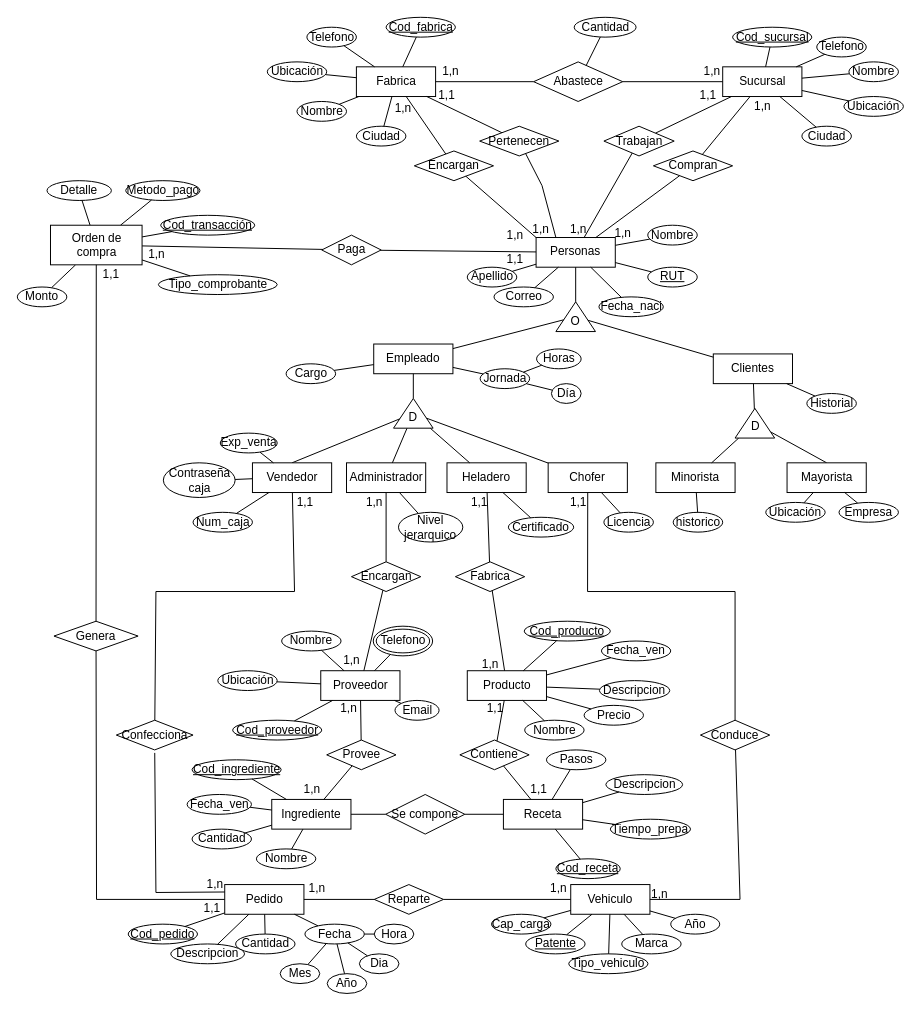
This is NUEVO PROYECTO BASE DE DATOS/MODELO MERE NUEVO 4.0.drawio from bennnnja/BASE_DE_DATOS, a draw.io file, before an edit. Source tidied: cells renumbered, new cells numbered last; positions are measured from the earlier drawing's top-left corner, leaving out a move shared by most shapes. Both pictures are drawn from the tidied source at 99%, with x=0, y=0 at pixel (17, 17).
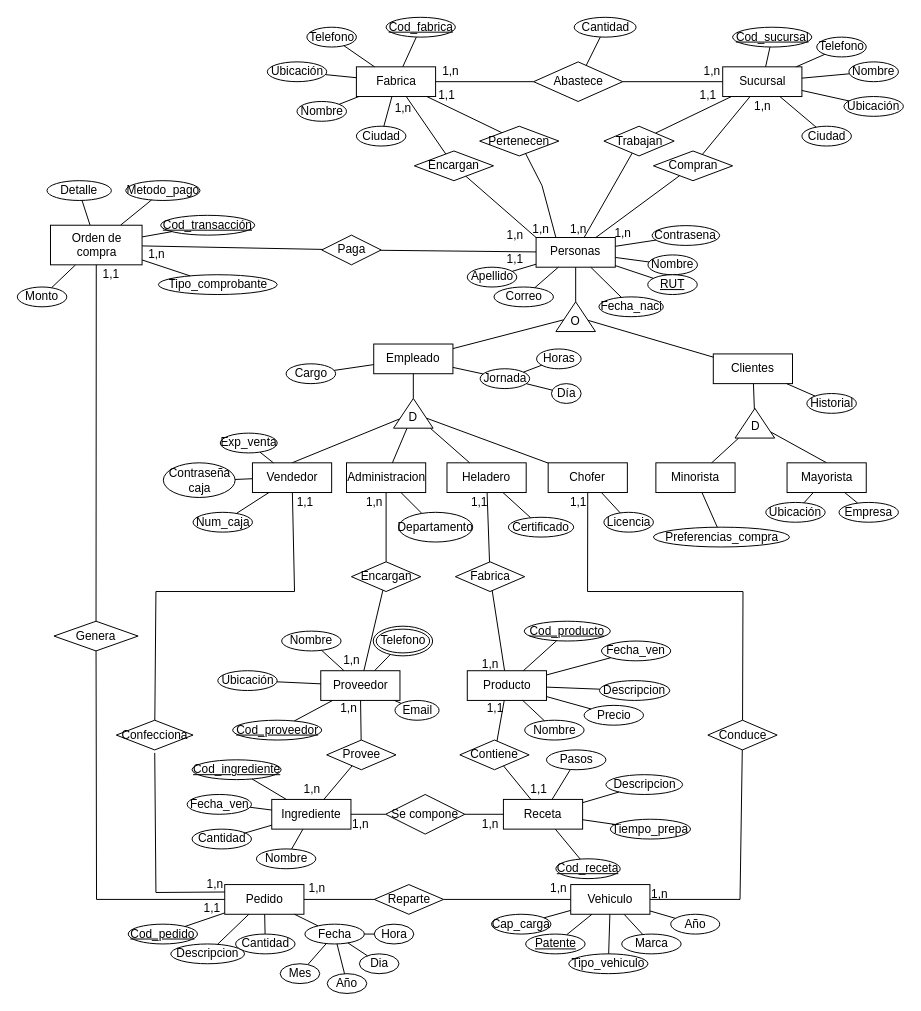
The same page after the edit.

Unchanged cells that the change refers to:
```xml
<mxCell id="12" value="Personas" style="whiteSpace=wrap;html=1;align=center;" parent="1" vertex="1">
  <mxGeometry x="524" y="222.4" width="80" height="30" as="geometry" />
</mxCell>
<mxCell id="21" value="Chofer" style="whiteSpace=wrap;html=1;align=center;" parent="1" vertex="1">
  <mxGeometry x="536.2" y="450" width="80" height="30" as="geometry" />
</mxCell>
```

Change to the diagram source:
```diff
@@
-    <mxCell id="19" value="Administrador" style="whiteSpace=wrap;html=1;align=center;" parent="1" vertex="1">
+    <mxCell id="19" value="Administracion" style="whiteSpace=wrap;html=1;align=center;" parent="1" vertex="1">
       <mxGeometry x="332.5" y="450" width="80" height="30" as="geometry" />
     </mxCell>
@@
     <mxCell id="32" value="Conduce" style="shape=rhombus;perimeter=rhombusPerimeter;whiteSpace=wrap;html=1;align=center;" parent="1" vertex="1">
-      <mxGeometry x="690" y="710" width="70" height="30" as="geometry" />
+      <mxGeometry x="697.5" y="710" width="70" height="30" as="geometry" />
     </mxCell>
@@
     <mxCell id="40" style="endArrow=none;html=1;rounded=0;" parent="1" edge="1" source="21" target="32">
       <mxGeometry relative="1" as="geometry">
         <Array as="points">
           <mxPoint x="576" y="580" />
-          <mxPoint x="725" y="580" />
+          <mxPoint x="733" y="580" />
         </Array>
       </mxGeometry>
     </mxCell>
@@
     <mxCell id="79" value="Nombre" style="ellipse;whiteSpace=wrap;html=1;align=center;" parent="1" vertex="1">
-      <mxGeometry x="636.8" y="210" width="50" height="20" as="geometry" />
+      <mxGeometry x="637" y="240" width="50" height="20" as="geometry" />
     </mxCell>
@@
     <mxCell id="82" value="&lt;u&gt;RUT&lt;/u&gt;" style="ellipse;whiteSpace=wrap;html=1;align=center;" parent="1" vertex="1">
-      <mxGeometry x="636.8" y="252.4" width="50" height="20" as="geometry" />
+      <mxGeometry x="636.8" y="260" width="50" height="20" as="geometry" />
     </mxCell>
@@
-    <mxCell id="89" value="Nivel&lt;br&gt;jerarquico&lt;br&gt;" style="ellipse;whiteSpace=wrap;html=1;align=center;" parent="1" vertex="1">
-      <mxGeometry x="385" y="500" width="65" height="30" as="geometry" />
+    <mxCell id="89" value="Departamento&lt;br&gt;" style="ellipse;whiteSpace=wrap;html=1;align=center;" parent="1" vertex="1">
+      <mxGeometry x="385" y="500" width="75" height="30" as="geometry" />
     </mxCell>
@@
-    <mxCell id="91" value="historico" style="ellipse;whiteSpace=wrap;html=1;align=center;" parent="1" vertex="1">
-      <mxGeometry x="662.5" y="500" width="50" height="20" as="geometry" />
+    <mxCell id="91" value="Preferencias_compra" style="ellipse;whiteSpace=wrap;html=1;align=center;" parent="1" vertex="1">
+      <mxGeometry x="642.5" y="515" width="137.5" height="20" as="geometry" />
     </mxCell>
@@
+    <mxCell id="242" value="Contrasena" style="ellipse;whiteSpace=wrap;html=1;align=center;" parent="1" vertex="1">
+      <mxGeometry x="641.2" y="210.4" width="68.2" height="20" as="geometry" />
+    </mxCell>
+    <mxCell id="243" value="1,n" style="text;html=1;strokeColor=none;fillColor=none;align=center;verticalAlign=middle;whiteSpace=wrap;rounded=0;" parent="1" vertex="1">
+      <mxGeometry x="331.5" y="805" width="30" height="20" as="geometry" />
+    </mxCell>
+    <mxCell id="244" value="1,n" style="text;html=1;strokeColor=none;fillColor=none;align=center;verticalAlign=middle;whiteSpace=wrap;rounded=0;" parent="1" vertex="1">
+      <mxGeometry x="462.5" y="805" width="30" height="20" as="geometry" />
+    </mxCell>
+    <mxCell id="245" style="endArrow=none;html=1;rounded=0;" parent="1" edge="1" source="12" target="242">
+      <mxGeometry relative="1" as="geometry" />
+    </mxCell>
```
